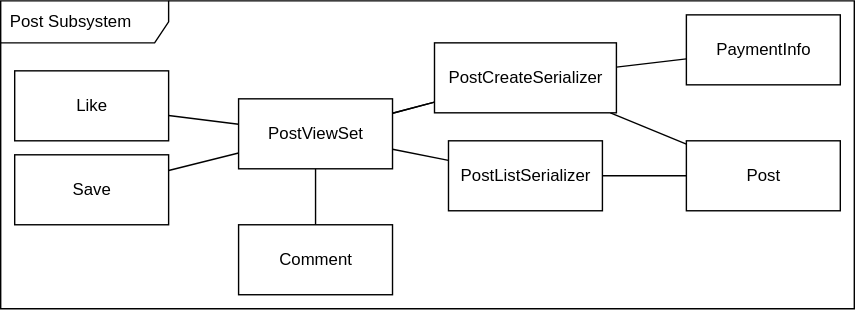
Earlier version of the draw.io export dev-docs/plan/design/subsystems/post_subsystem.drawio.svg (Natan-Asrat/ventingapp). Source tidied: cells renumbered, new cells last; positions are measured from the earlier drawing's top-left corner, leaving out a move shared by most shapes. Source of this version:
```xml
<mxGraphModel>
  <root>
    <mxCell id="0" />
    <mxCell id="1" parent="0" />
    <mxCell id="2" value="Post Subsystem" style="shape=umlFrame;whiteSpace=wrap;html=1;width=120;height=30;boundedLbl=1;verticalAlign=middle;align=left;spacingLeft=5;" parent="1" vertex="1">
      <mxGeometry width="610" height="220" as="geometry" />
    </mxCell>
    <mxCell id="3" value="Post" style="html=1;" parent="1" vertex="1">
      <mxGeometry x="490" y="100" width="110" height="50" as="geometry" />
    </mxCell>
    <mxCell id="4" style="edgeStyle=none;html=1;endArrow=none;endFill=0;" parent="1" edge="1" source="5" target="15">
      <mxGeometry relative="1" as="geometry" />
    </mxCell>
    <mxCell id="5" value="Like" style="html=1;" parent="1" vertex="1">
      <mxGeometry x="10" y="50" width="110" height="50" as="geometry" />
    </mxCell>
    <mxCell id="6" style="edgeStyle=none;html=1;endArrow=none;endFill=0;" parent="1" edge="1" source="7" target="15">
      <mxGeometry relative="1" as="geometry" />
    </mxCell>
    <mxCell id="7" value="Comment" style="html=1;" parent="1" vertex="1">
      <mxGeometry x="170" y="160" width="110" height="50" as="geometry" />
    </mxCell>
    <mxCell id="8" style="edgeStyle=none;html=1;endArrow=none;endFill=0;" parent="1" edge="1" source="9" target="15">
      <mxGeometry relative="1" as="geometry" />
    </mxCell>
    <mxCell id="9" value="Save" style="html=1;" parent="1" vertex="1">
      <mxGeometry x="10" y="110" width="110" height="50" as="geometry" />
    </mxCell>
    <mxCell id="10" style="edgeStyle=none;html=1;endArrow=none;endFill=0;" parent="1" edge="1" source="12" target="3">
      <mxGeometry relative="1" as="geometry" />
    </mxCell>
    <mxCell id="11" style="edgeStyle=none;html=1;endArrow=none;endFill=0;" parent="1" edge="1" source="12" target="15">
      <mxGeometry relative="1" as="geometry" />
    </mxCell>
    <mxCell id="12" value="PostCreateSerializer" style="html=1;" parent="1" vertex="1">
      <mxGeometry x="310" y="30" width="130" height="50" as="geometry" />
    </mxCell>
    <mxCell id="13" style="edgeStyle=none;html=1;endArrow=none;endFill=0;" parent="1" edge="1" source="15" target="12">
      <mxGeometry relative="1" as="geometry" />
    </mxCell>
    <mxCell id="14" style="edgeStyle=none;html=1;endArrow=none;endFill=0;" parent="1" edge="1" source="15" target="17">
      <mxGeometry relative="1" as="geometry" />
    </mxCell>
    <mxCell id="15" value="PostViewSet" style="html=1;" parent="1" vertex="1">
      <mxGeometry x="170" y="70" width="110" height="50" as="geometry" />
    </mxCell>
    <mxCell id="16" style="edgeStyle=none;html=1;endArrow=none;endFill=0;" parent="1" edge="1" source="17" target="3">
      <mxGeometry relative="1" as="geometry" />
    </mxCell>
    <mxCell id="17" value="PostListSerializer" style="html=1;" parent="1" vertex="1">
      <mxGeometry x="320" y="100" width="110" height="50" as="geometry" />
    </mxCell>
    <mxCell id="18" style="edgeStyle=none;html=1;endArrow=none;endFill=0;" parent="1" edge="1" source="x">
      <mxGeometry relative="1" as="geometry">
        <mxPoint x="340" y="265" as="targetPoint" />
      </mxGeometry>
    </mxCell>
    <mxCell id="19" style="edgeStyle=none;html=1;endArrow=none;endFill=0;" parent="1" edge="1" source="20" target="12">
      <mxGeometry relative="1" as="geometry" />
    </mxCell>
    <mxCell id="20" value="PaymentInfo" style="html=1;" parent="1" vertex="1">
      <mxGeometry x="490" y="10" width="110" height="50" as="geometry" />
    </mxCell>
  </root>
</mxGraphModel>
```
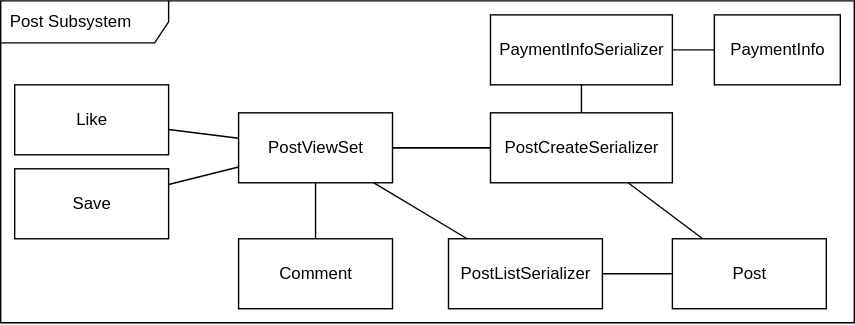
Above is the later version.

Commit message:
add payment info serializer in design

Diff of the diagram source:
```diff
@@ -3,10 +3,10 @@
     <mxCell id="0" />
     <mxCell id="1" parent="0" />
     <mxCell id="2" value="Post Subsystem" style="shape=umlFrame;whiteSpace=wrap;html=1;width=120;height=30;boundedLbl=1;verticalAlign=middle;align=left;spacingLeft=5;" parent="1" vertex="1">
-      <mxGeometry width="610" height="220" as="geometry" />
+      <mxGeometry y="-10" width="610" height="230" as="geometry" />
     </mxCell>
     <mxCell id="3" value="Post" style="html=1;" parent="1" vertex="1">
-      <mxGeometry x="490" y="100" width="110" height="50" as="geometry" />
+      <mxGeometry x="480" y="160" width="110" height="50" as="geometry" />
     </mxCell>
     <mxCell id="4" style="edgeStyle=none;html=1;endArrow=none;endFill=0;" parent="1" edge="1" source="5" target="15">
       <mxGeometry relative="1" as="geometry" />
@@ -33,7 +33,7 @@
       <mxGeometry relative="1" as="geometry" />
     </mxCell>
     <mxCell id="12" value="PostCreateSerializer" style="html=1;" parent="1" vertex="1">
-      <mxGeometry x="310" y="30" width="130" height="50" as="geometry" />
+      <mxGeometry x="350" y="70" width="130" height="50" as="geometry" />
     </mxCell>
     <mxCell id="13" style="edgeStyle=none;html=1;endArrow=none;endFill=0;" parent="1" edge="1" source="15" target="12">
       <mxGeometry relative="1" as="geometry" />
@@ -48,18 +48,24 @@
       <mxGeometry relative="1" as="geometry" />
     </mxCell>
     <mxCell id="17" value="PostListSerializer" style="html=1;" parent="1" vertex="1">
-      <mxGeometry x="320" y="100" width="110" height="50" as="geometry" />
+      <mxGeometry x="320" y="160" width="110" height="50" as="geometry" />
     </mxCell>
-    <mxCell id="18" style="edgeStyle=none;html=1;endArrow=none;endFill=0;" parent="1" edge="1" source="x">
+    <mxCell id="18" style="edgeStyle=none;html=1;endArrow=none;endFill=0;" parent="1" edge="1">
       <mxGeometry relative="1" as="geometry">
         <mxPoint x="340" y="265" as="targetPoint" />
       </mxGeometry>
     </mxCell>
-    <mxCell id="19" style="edgeStyle=none;html=1;endArrow=none;endFill=0;" parent="1" edge="1" source="20" target="12">
-      <mxGeometry relative="1" as="geometry" />
-    </mxCell>
+    <mxCell id="21" style="edgeStyle=none;html=1;endArrow=none;endFill=0;" parent="1" edge="1" source="20" target="23">
+      <mxGeometry relative="1" as="geometry" />
+    </mxCell>
     <mxCell id="20" value="PaymentInfo" style="html=1;" parent="1" vertex="1">
-      <mxGeometry x="490" y="10" width="110" height="50" as="geometry" />
+      <mxGeometry x="510" width="90" height="50" as="geometry" />
     </mxCell>
+    <mxCell id="22" style="edgeStyle=none;html=1;endArrow=none;endFill=0;" parent="1" edge="1" source="23" target="12">
+      <mxGeometry relative="1" as="geometry" />
+    </mxCell>
+    <mxCell id="23" value="PaymentInfoSerializer" style="html=1;" parent="1" vertex="1">
+      <mxGeometry x="350" width="130" height="50" as="geometry" />
+    </mxCell>
   </root>
 </mxGraphModel>
```
